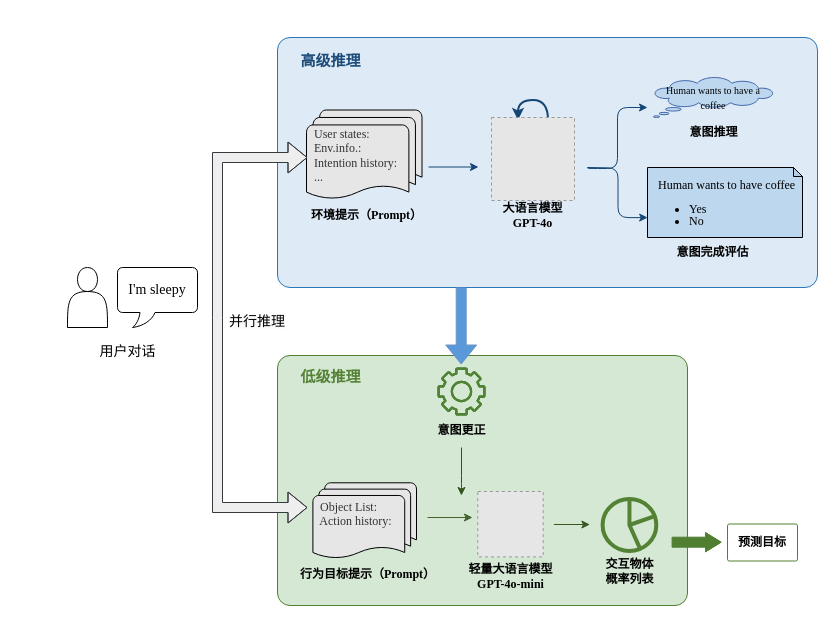
The draw.io diagram 缺少迭代修正模块的框架.drawio in Rinco1018/project_test, before the edit. Source tidied: cells renumbered, new cells numbered last; positions are measured from the earlier drawing's top-left corner, leaving out a move shared by most shapes. Both pictures are drawn from the tidied source at 100%, with x=0, y=0 at pixel (17, 17). Pictures stored in the file or linked from it are replaced by grey dashed boxes.
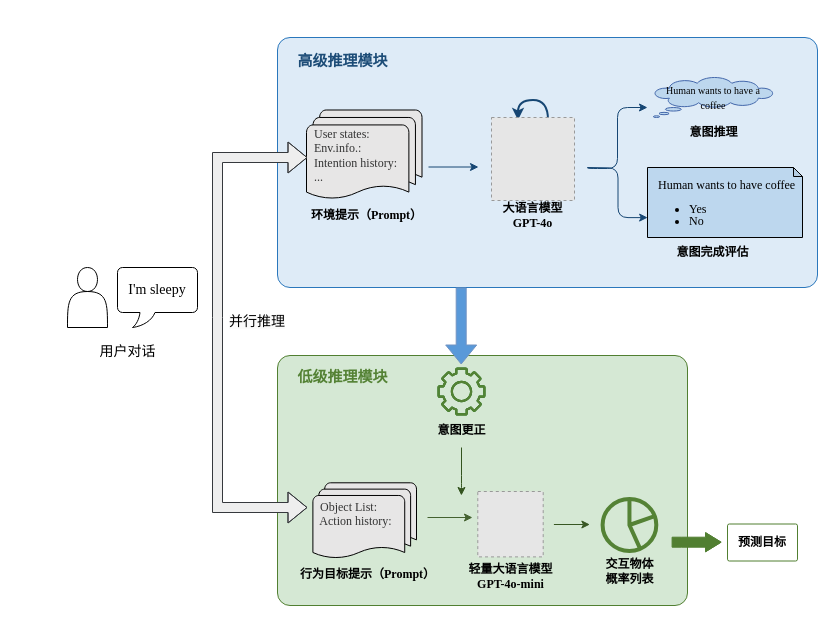
The same page after the edit.

Commit message (it also covers changes not shown here):
更新缺少迭代修正模块的框架.drawio

Diff of the diagram source:
```diff
@@
-    <mxCell id="22" value="&lt;font style=&quot;font-size: 15px;&quot; face=&quot;Times New Roman&quot;&gt;高级推理&lt;/font&gt;" style="text;html=1;align=center;verticalAlign=middle;strokeColor=none;fillColor=none;fontColor=light-dark(#1c4c77, #a1cdf9);fontStyle=1;" parent="1" vertex="1">
-      <mxGeometry x="273" y="28" width="80" height="30" as="geometry" />
+    <mxCell id="22" value="&lt;font style=&quot;font-size: 15px;&quot; face=&quot;Times New Roman&quot;&gt;高级推理模块&lt;/font&gt;" style="text;html=1;align=center;verticalAlign=middle;strokeColor=none;fillColor=none;fontColor=light-dark(#1c4c77, #a1cdf9);fontStyle=1;" parent="1" vertex="1">
+      <mxGeometry x="270" y="28" width="110" height="30" as="geometry" />
     </mxCell>
-    <mxCell id="23" value="&lt;font style=&quot;font-size: 15px;&quot; face=&quot;Times New Roman&quot;&gt;低级推理&lt;/font&gt;" style="text;html=1;align=center;verticalAlign=middle;strokeColor=none;fillColor=none;fontColor=light-dark(#548235, #69c195);fontStyle=1;" parent="1" vertex="1">
-      <mxGeometry x="273" y="344" width="80" height="30" as="geometry" />
+    <mxCell id="23" value="&lt;font style=&quot;font-size: 15px;&quot; face=&quot;Times New Roman&quot;&gt;低级推理模块&lt;/font&gt;" style="text;html=1;align=center;verticalAlign=middle;strokeColor=none;fillColor=none;fontColor=light-dark(#548235, #69c195);fontStyle=1;" parent="1" vertex="1">
+      <mxGeometry x="270" y="344" width="110" height="30" as="geometry" />
     </mxCell>
```
